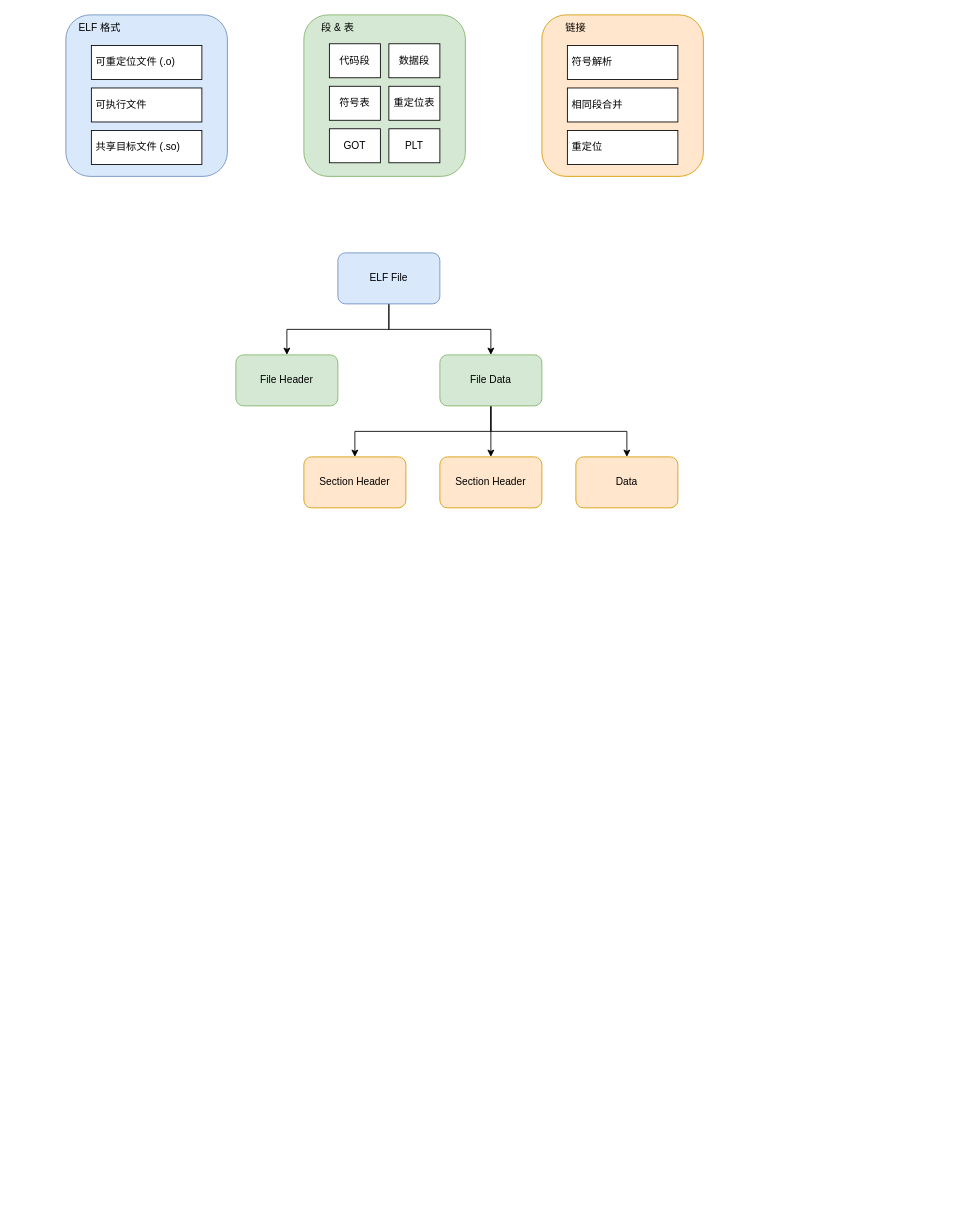
ZiqingYip/moment keeps this draw.io diagram as elf_learning.drawio. Above is the earlier version. Source tidied: cells renumbered, new cells numbered last; positions are measured from the earlier drawing's top-left corner, leaving out a move shared by most shapes. Both pictures are drawn from the tidied source at 85%, with x=0, y=0 at pixel (65, 14).
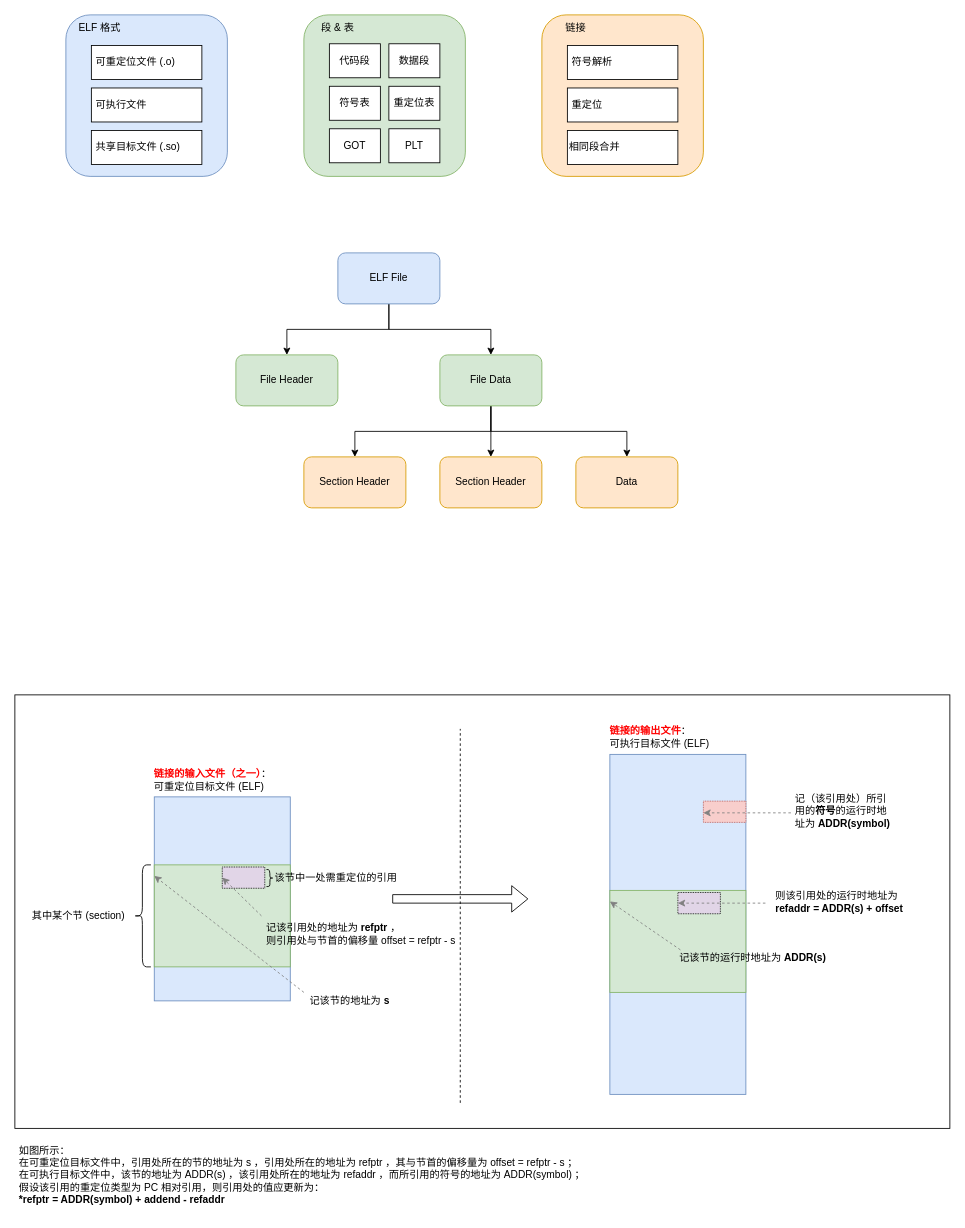
The same diagram, later.

Diff of the diagram source:
```diff
@@
+    <mxCell id="31" style="rounded=0;whiteSpace=wrap;html=1;" parent="1" vertex="1">
+      <mxGeometry x="-60" y="800" width="1100" height="510" as="geometry" />
+    </mxCell>
@@
-    <mxCell id="18" value="&amp;nbsp;相同段合并" style="rounded=0;whiteSpace=wrap;html=1;align=left;" parent="1" vertex="1">
+    <mxCell id="18" value="&amp;nbsp;重定位" style="rounded=0;whiteSpace=wrap;html=1;align=left;" parent="1" vertex="1">
       <mxGeometry x="590" y="86" width="130" height="40" as="geometry" />
     </mxCell>
-    <mxCell id="19" value="&amp;nbsp;重定位" style="rounded=0;whiteSpace=wrap;html=1;align=left;" parent="1" vertex="1">
+    <mxCell id="19" value="相同段合并" style="rounded=0;whiteSpace=wrap;html=1;align=left;" parent="1" vertex="1">
       <mxGeometry x="590" y="136" width="130" height="40" as="geometry" />
     </mxCell>
@@
+    <mxCell id="32" style="rounded=0;whiteSpace=wrap;html=1;fillColor=#dae8fc;strokeColor=#6c8ebf;" parent="1" vertex="1">
+      <mxGeometry x="104" y="920" width="160" height="240" as="geometry" />
+    </mxCell>
+    <mxCell id="33" value="&lt;b&gt;&lt;font color=&quot;#ff0000&quot;&gt;链接的输入文件（之一）&lt;/font&gt;&lt;/b&gt;：&lt;br&gt;可重定位目标文件 (ELF)" style="text;html=1;align=left;verticalAlign=middle;whiteSpace=wrap;rounded=0;spacing=0;" parent="1" vertex="1">
+      <mxGeometry x="104" y="880" width="170" height="40" as="geometry" />
+    </mxCell>
+    <mxCell id="34" style="rounded=0;whiteSpace=wrap;html=1;fillColor=#d5e8d4;strokeColor=#82b366;" parent="1" vertex="1">
+      <mxGeometry x="104" y="1000" width="160" height="120" as="geometry" />
+    </mxCell>
+    <mxCell id="35" style="rounded=0;whiteSpace=wrap;html=1;fillColor=#e1d5e7;strokeColor=default;dashed=1;dashPattern=1 1;" parent="1" vertex="1">
+      <mxGeometry x="184" y="1002.5" width="50" height="25" as="geometry" />
+    </mxCell>
+    <mxCell id="36" style="shape=curlyBracket;whiteSpace=wrap;html=1;rounded=1;labelPosition=left;verticalLabelPosition=middle;align=right;verticalAlign=middle;" parent="1" vertex="1">
+      <mxGeometry x="80" y="1000" width="20" height="120" as="geometry" />
+    </mxCell>
+    <mxCell id="37" value="其中某个节 (section)" style="text;html=1;align=center;verticalAlign=middle;whiteSpace=wrap;rounded=0;" parent="1" vertex="1">
+      <mxGeometry x="-50" y="1045" width="130" height="30" as="geometry" />
+    </mxCell>
+    <mxCell id="38" style="shape=curlyBracket;whiteSpace=wrap;html=1;rounded=1;flipH=1;labelPosition=right;verticalLabelPosition=middle;align=left;verticalAlign=middle;" parent="1" vertex="1">
+      <mxGeometry x="236" y="1005.5" width="8" height="20" as="geometry" />
+    </mxCell>
+    <mxCell id="39" value="该节中一处需重定位的引用" style="text;html=1;align=left;verticalAlign=middle;whiteSpace=wrap;rounded=0;" parent="1" vertex="1">
+      <mxGeometry x="244" y="1000" width="166" height="30" as="geometry" />
+    </mxCell>
+    <mxCell id="40" value="&lt;div style=&quot;&quot;&gt;&lt;span style=&quot;background-color: initial; font-weight: normal;&quot;&gt;记该引用处的地址为&lt;/span&gt;&lt;span style=&quot;background-color: initial;&quot;&gt; refptr &lt;/span&gt;&lt;span style=&quot;background-color: initial; font-weight: normal;&quot;&gt;，&lt;/span&gt;&lt;/div&gt;&lt;div style=&quot;&quot;&gt;&lt;span style=&quot;font-weight: 400;&quot;&gt;则引用处与节首的偏移量 offset = refptr - s&amp;nbsp;&lt;/span&gt;&lt;/div&gt;" style="text;html=1;align=left;verticalAlign=middle;whiteSpace=wrap;rounded=0;fontStyle=1;" parent="1" vertex="1">
+      <mxGeometry x="233.5" y="1062.5" width="236.5" height="37.5" as="geometry" />
+    </mxCell>
+    <mxCell id="41" value="&lt;span style=&quot;font-weight: normal;&quot;&gt;记该节的地址为&lt;/span&gt; s" style="text;html=1;align=center;verticalAlign=middle;whiteSpace=wrap;rounded=0;fontStyle=1;" parent="1" vertex="1">
+      <mxGeometry x="280" y="1150" width="108" height="20" as="geometry" />
+    </mxCell>
+    <mxCell id="42" style="endArrow=classic;html=1;rounded=0;entryX=0;entryY=0.5;entryDx=0;entryDy=0;dashed=1;strokeColor=#808080;exitX=0.788;exitY=0.5;exitDx=0;exitDy=0;exitPerimeter=0;" parent="1" edge="1" source="34" target="35">
+      <mxGeometry relative="1" as="geometry" />
+    </mxCell>
+    <mxCell id="43" style="endArrow=classic;html=1;rounded=0;entryX=0;entryY=0.5;entryDx=0;entryDy=0;dashed=1;strokeColor=#808080;" parent="1" edge="1">
+      <mxGeometry relative="1" as="geometry">
+        <mxPoint x="280" y="1150" as="sourcePoint" />
+        <mxPoint x="104" y="1013" as="targetPoint" />
+      </mxGeometry>
+    </mxCell>
+    <mxCell id="44" value="&lt;div&gt;如图所示：&lt;/div&gt;在可重定位目标文件中，引用处所在的节的地址为 s ，引用处所在的地址为 refptr ，其与节首的偏移量为 offset = refptr - s ；&lt;div&gt;在可执行目标文件中，该节的地址为 ADDR(s) ，该引用处所在的地址为 refaddr ，而所引用的符号的地址为 ADDR(symbol) ；&lt;/div&gt;&lt;div&gt;假设该引用的重定位类型为 PC 相对引用，则引用处的值应更新为：&lt;/div&gt;&lt;div&gt;&lt;b&gt;*refptr = ADDR(symbol) + addend - refaddr&lt;/b&gt;&amp;nbsp;&lt;/div&gt;" style="text;html=1;align=left;verticalAlign=middle;whiteSpace=wrap;rounded=0;spacing=5;strokeColor=none;dashed=1;" parent="1" vertex="1">
+      <mxGeometry x="-60" y="1320" width="700" height="90" as="geometry" />
+    </mxCell>
+    <mxCell id="45" style="rounded=0;whiteSpace=wrap;html=1;fillColor=#dae8fc;strokeColor=#6c8ebf;" parent="1" vertex="1">
+      <mxGeometry x="640" y="870" width="160" height="400" as="geometry" />
+    </mxCell>
+    <mxCell id="46" value="&lt;b&gt;&lt;font color=&quot;#ff0000&quot;&gt;链接的输出文件&lt;/font&gt;&lt;/b&gt;：&lt;br&gt;可执行目标文件 (ELF)" style="text;html=1;align=left;verticalAlign=middle;whiteSpace=wrap;rounded=0;spacing=0;" parent="1" vertex="1">
+      <mxGeometry x="640" y="830" width="170" height="40" as="geometry" />
+    </mxCell>
+    <mxCell id="47" style="rounded=0;whiteSpace=wrap;html=1;fillColor=#d5e8d4;strokeColor=#82b366;" parent="1" vertex="1">
+      <mxGeometry x="640" y="1030" width="160" height="120" as="geometry" />
+    </mxCell>
+    <mxCell id="48" style="rounded=0;whiteSpace=wrap;html=1;fillColor=#e1d5e7;strokeColor=default;dashed=1;dashPattern=1 1;" parent="1" vertex="1">
+      <mxGeometry x="720" y="1032.5" width="50" height="25" as="geometry" />
+    </mxCell>
+    <mxCell id="49" value="&lt;span style=&quot;font-weight: normal;&quot;&gt;则该引用处的运行时地址为&lt;/span&gt;&lt;div&gt;&lt;span&gt;refaddr = ADDR(s) + offset&lt;/span&gt;&lt;/div&gt;" style="text;html=1;align=left;verticalAlign=middle;whiteSpace=wrap;rounded=0;fontStyle=1;" parent="1" vertex="1">
+      <mxGeometry x="833" y="1025" width="165" height="37.5" as="geometry" />
+    </mxCell>
+    <mxCell id="50" value="记该节的运行时地址为 &lt;b&gt;ADDR(s)&lt;/b&gt;" style="text;html=1;align=left;verticalAlign=middle;whiteSpace=wrap;rounded=0;fontStyle=0;" parent="1" vertex="1">
+      <mxGeometry x="720" y="1100" width="180" height="20" as="geometry" />
+    </mxCell>
+    <mxCell id="51" style="endArrow=classic;html=1;rounded=0;entryX=0;entryY=0.5;entryDx=0;entryDy=0;dashed=1;strokeColor=#808080;fontStyle=1;" parent="1" edge="1" target="48">
+      <mxGeometry relative="1" as="geometry">
+        <mxPoint x="823" y="1045" as="sourcePoint" />
+      </mxGeometry>
+    </mxCell>
+    <mxCell id="52" style="endArrow=classic;html=1;rounded=0;entryX=0;entryY=0.5;entryDx=0;entryDy=0;dashed=1;strokeColor=#808080;" parent="1" edge="1">
+      <mxGeometry relative="1" as="geometry">
+        <mxPoint x="723" y="1100" as="sourcePoint" />
+        <mxPoint x="640" y="1043" as="targetPoint" />
+      </mxGeometry>
+    </mxCell>
+    <mxCell id="53" style="rounded=0;whiteSpace=wrap;html=1;fillColor=#f8cecc;strokeColor=#b85450;dashed=1;dashPattern=1 1;" parent="1" vertex="1">
+      <mxGeometry x="750" y="925" width="50" height="25" as="geometry" />
+    </mxCell>
+    <mxCell id="54" value="&lt;span style=&quot;font-weight: normal;&quot;&gt;记（该引用处）所引用的&lt;/span&gt;符号&lt;span style=&quot;font-weight: normal;&quot;&gt;的运行时地址为 &lt;/span&gt;ADDR(symbol)&lt;div&gt;&lt;br&gt;&lt;/div&gt;" style="text;html=1;align=left;verticalAlign=middle;whiteSpace=wrap;rounded=0;fontStyle=1;" parent="1" vertex="1">
+      <mxGeometry x="855.5" y="925" width="120" height="37.5" as="geometry" />
+    </mxCell>
+    <mxCell id="55" style="endArrow=classic;html=1;rounded=0;entryX=0;entryY=0.5;entryDx=0;entryDy=0;dashed=1;strokeColor=#808080;fontStyle=1;" parent="1" edge="1">
+      <mxGeometry relative="1" as="geometry">
+        <mxPoint x="853" y="938.8" as="sourcePoint" />
+        <mxPoint x="750" y="938.8" as="targetPoint" />
+      </mxGeometry>
+    </mxCell>
+    <mxCell id="56" style="endArrow=none;dashed=1;html=1;rounded=0;" parent="1" edge="1">
+      <mxGeometry relative="1" as="geometry">
+        <mxPoint x="464" y="1280" as="sourcePoint" />
+        <mxPoint x="464" y="840" as="targetPoint" />
+      </mxGeometry>
+    </mxCell>
+    <mxCell id="57" style="shape=flexArrow;endArrow=classic;html=1;rounded=0;" parent="1" edge="1">
+      <mxGeometry relative="1" as="geometry">
+        <mxPoint x="384" y="1040" as="sourcePoint" />
+        <mxPoint x="544" y="1040" as="targetPoint" />
+      </mxGeometry>
+    </mxCell>
```
